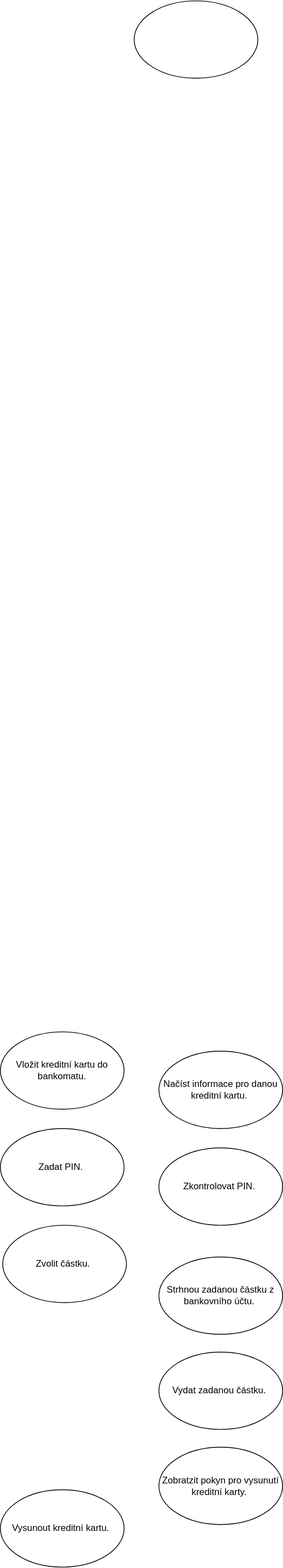
Above: bankomat.drawio.svg in PetrHonzejk/diagrams.net (draw.io), before the change. Source tidied: cells renumbered, new cells last; positions are measured from the earlier drawing's top-left corner, leaving out a move shared by most shapes.
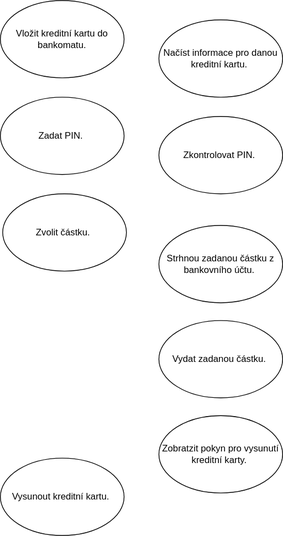
The same diagram one commit later.

The edit, as a diff of the source:
```diff
@@ -2,9 +2,6 @@
   <root>
     <mxCell id="0" />
     <mxCell id="1" parent="0" />
-    <mxCell id="2" style="ellipse;whiteSpace=wrap;html=1;hachureGap=4;" parent="1" vertex="1">
-      <mxGeometry x="173" width="160" height="100" as="geometry" />
-    </mxCell>
     <mxCell id="3" value="Vložit kreditní kartu do bankomatu." style="ellipse;whiteSpace=wrap;html=1;hachureGap=4;" parent="1" vertex="1">
       <mxGeometry y="1333" width="160" height="100" as="geometry" />
     </mxCell>
```
